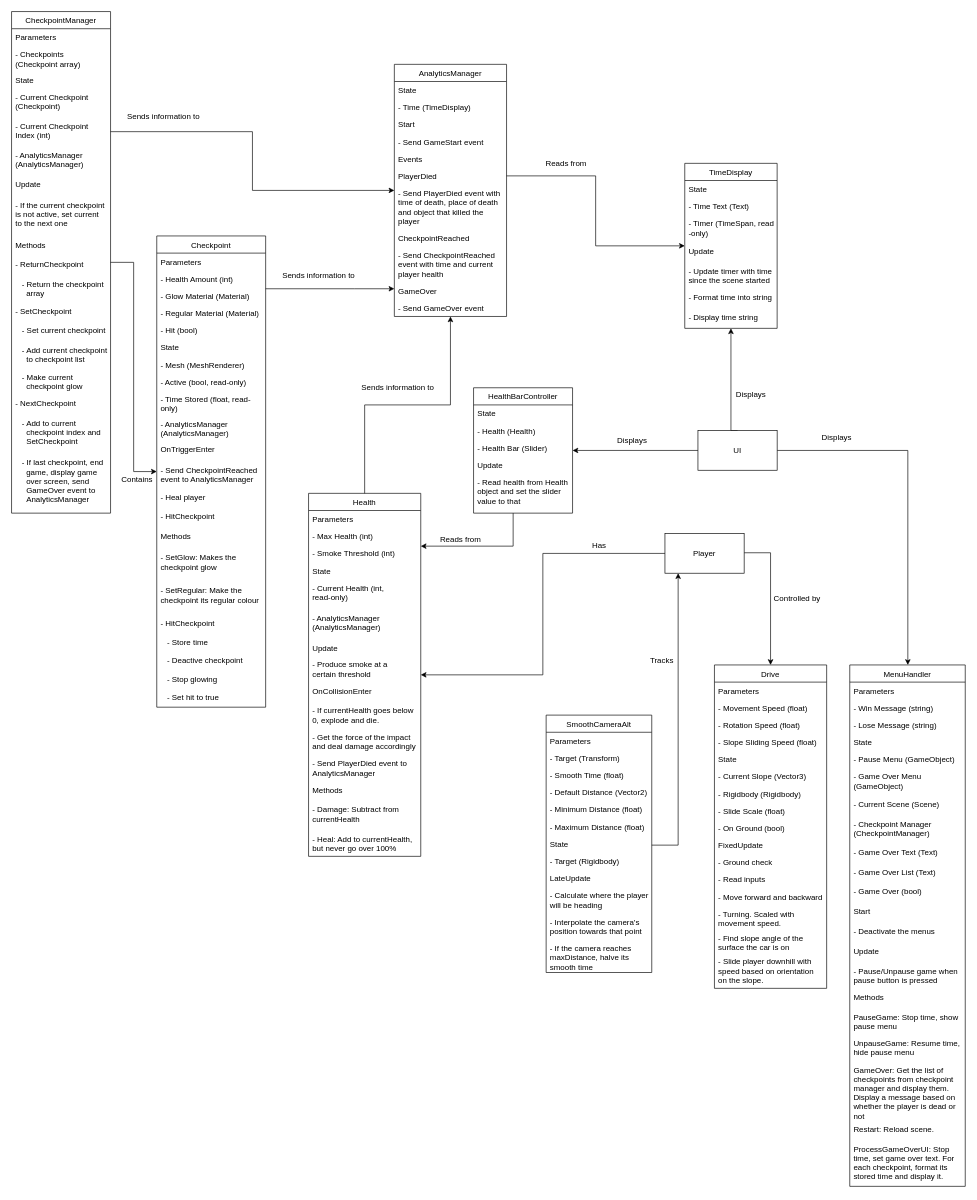
matt-evangelidis/COMP2160-game keeps this draw.io diagram as COMP2160 Assignment 2/Assets/Documentation/ERD.drawio. Above is the earlier version. Source tidied: cells renumbered, new cells numbered last; positions are measured from the earlier drawing's top-left corner, leaving out a move shared by most shapes. Both pictures are drawn from the tidied source at 66%, with x=0, y=0 at pixel (11, 11).
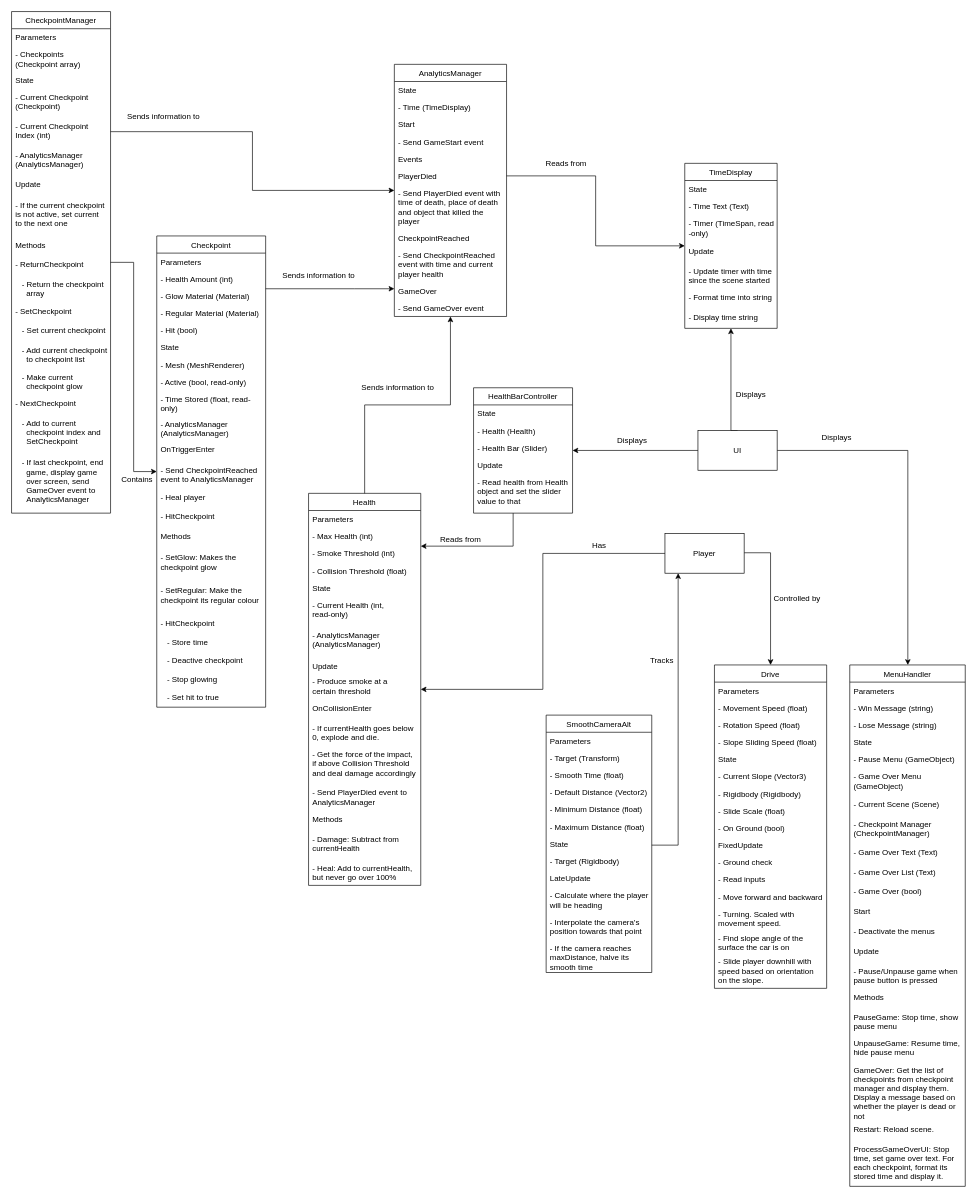
The same diagram, later.

The edit, as a diff of the source:
```diff
@@
     <mxCell id="60" value="Health" style="swimlane;fontStyle=0;horizontal=1;startSize=26;fillColor=none;" parent="1" vertex="1">
-      <mxGeometry x="450" y="730" width="170" height="550" as="geometry" />
+      <mxGeometry x="450" y="730" width="170" height="594" as="geometry" />
     </mxCell>
@@
-    <mxCell id="64" value="State" style="text;strokeColor=none;fillColor=none;align=left;verticalAlign=top;spacingLeft=4;spacingRight=4;overflow=hidden;" parent="60" vertex="1">
+    <mxCell id="64" value="- Collision Threshold (float)" style="text;strokeColor=none;fillColor=none;align=left;verticalAlign=top;spacingLeft=4;spacingRight=4;overflow=hidden;" parent="60" vertex="1">
       <mxGeometry y="104" width="170" height="26" as="geometry" />
     </mxCell>
+    <mxCell id="164" value="State" style="text;strokeColor=none;fillColor=none;align=left;verticalAlign=top;spacingLeft=4;spacingRight=4;overflow=hidden;" parent="60" vertex="1">
+      <mxGeometry y="130" width="170" height="26" as="geometry" />
+    </mxCell>
     <mxCell id="65" value="- Current Health (int,&#10;read-only)" style="text;strokeColor=none;fillColor=none;align=left;verticalAlign=top;spacingLeft=4;spacingRight=4;overflow=hidden;" parent="60" vertex="1">
-      <mxGeometry y="130" width="170" height="46" as="geometry" />
+      <mxGeometry y="156" width="170" height="46" as="geometry" />
     </mxCell>
     <mxCell id="66" value="- AnalyticsManager&#10;(AnalyticsManager)" style="text;strokeColor=none;fillColor=none;align=left;verticalAlign=top;spacingLeft=4;spacingRight=4;overflow=hidden;" parent="60" vertex="1">
-      <mxGeometry y="176" width="170" height="46" as="geometry" />
+      <mxGeometry y="202" width="170" height="46" as="geometry" />
     </mxCell>
     <mxCell id="67" value="Update" style="text;strokeColor=none;fillColor=none;align=left;verticalAlign=top;spacingLeft=4;spacingRight=4;overflow=hidden;" parent="60" vertex="1">
-      <mxGeometry y="222" width="170" height="24" as="geometry" />
+      <mxGeometry y="248" width="170" height="24" as="geometry" />
     </mxCell>
     <mxCell id="68" value="- Produce smoke at a&#10;certain threshold" style="text;strokeColor=none;fillColor=none;align=left;verticalAlign=top;spacingLeft=4;spacingRight=4;overflow=hidden;" parent="60" vertex="1">
-      <mxGeometry y="246" width="170" height="40" as="geometry" />
+      <mxGeometry y="272" width="170" height="40" as="geometry" />
     </mxCell>
     <mxCell id="69" value="OnCollisionEnter" style="text;strokeColor=none;fillColor=none;align=left;verticalAlign=top;spacingLeft=4;spacingRight=4;overflow=hidden;" parent="60" vertex="1">
-      <mxGeometry y="286" width="170" height="30" as="geometry" />
+      <mxGeometry y="312" width="170" height="30" as="geometry" />
     </mxCell>
     <mxCell id="70" value="- If currentHealth goes below&#10;0, explode and die." style="text;strokeColor=none;fillColor=none;align=left;verticalAlign=top;spacingLeft=4;spacingRight=4;overflow=hidden;" parent="60" vertex="1">
-      <mxGeometry y="316" width="170" height="40" as="geometry" />
+      <mxGeometry y="342" width="170" height="40" as="geometry" />
     </mxCell>
-    <mxCell id="71" value="- Get the force of the impact&#10;and deal damage accordingly" style="text;strokeColor=none;fillColor=none;align=left;verticalAlign=top;spacingLeft=4;spacingRight=4;overflow=hidden;" parent="60" vertex="1">
-      <mxGeometry y="356" width="170" height="40" as="geometry" />
+    <mxCell id="71" value="- Get the force of the impact, &#10;if above Collision Threshold&#10;and deal damage accordingly" style="text;strokeColor=none;fillColor=none;align=left;verticalAlign=top;spacingLeft=4;spacingRight=4;overflow=hidden;" parent="60" vertex="1">
+      <mxGeometry y="382" width="170" height="58" as="geometry" />
     </mxCell>
     <mxCell id="72" value="- Send PlayerDied event to&#10;AnalyticsManager" style="text;strokeColor=none;fillColor=none;align=left;verticalAlign=top;spacingLeft=4;spacingRight=4;overflow=hidden;" parent="60" vertex="1">
-      <mxGeometry y="396" width="170" height="40" as="geometry" />
+      <mxGeometry y="440" width="170" height="40" as="geometry" />
     </mxCell>
     <mxCell id="73" value="Methods" style="text;strokeColor=none;fillColor=none;align=left;verticalAlign=top;spacingLeft=4;spacingRight=4;overflow=hidden;" parent="60" vertex="1">
-      <mxGeometry y="436" width="170" height="30" as="geometry" />
+      <mxGeometry y="480" width="170" height="30" as="geometry" />
     </mxCell>
     <mxCell id="74" value="- Damage: Subtract from&#10;currentHealth" style="text;strokeColor=none;fillColor=none;align=left;verticalAlign=top;spacingLeft=4;spacingRight=4;overflow=hidden;" parent="60" vertex="1">
-      <mxGeometry y="466" width="170" height="44" as="geometry" />
+      <mxGeometry y="510" width="170" height="44" as="geometry" />
     </mxCell>
     <mxCell id="75" value="- Heal: Add to currentHealth, &#10;but never go over 100%" style="text;strokeColor=none;fillColor=none;align=left;verticalAlign=top;spacingLeft=4;spacingRight=4;overflow=hidden;" parent="60" vertex="1">
-      <mxGeometry y="510" width="170" height="40" as="geometry" />
+      <mxGeometry y="554" width="170" height="40" as="geometry" />
     </mxCell>
```
